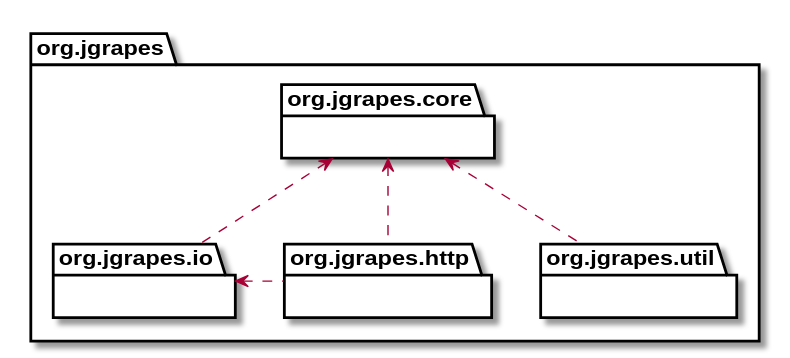
Before: javadoc/package-hierarchy.svg, a diagram exported from PlantUML (mnlipp/jgrapes).
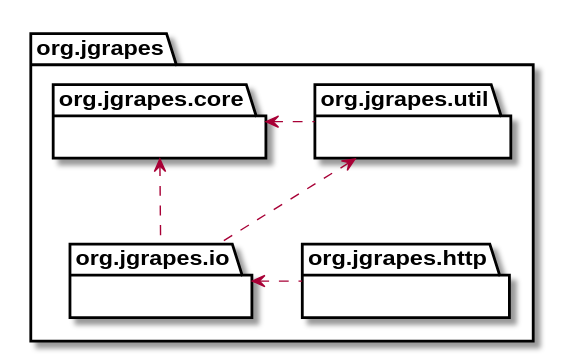
After the change.

Change to the diagram source:
```diff
@@ -15,8 +15,8 @@
     }
 }
 
+org.jgrapes.core <.right. org.jgrapes.util
 org.jgrapes.core <.. org.jgrapes.io
-org.jgrapes.core <.. org.jgrapes.util
-org.jgrapes.core <.. org.jgrapes.http
+org.jgrapes.util <.. org.jgrapes.io
 org.jgrapes.io <.right. org.jgrapes.http
 @enduml
```
